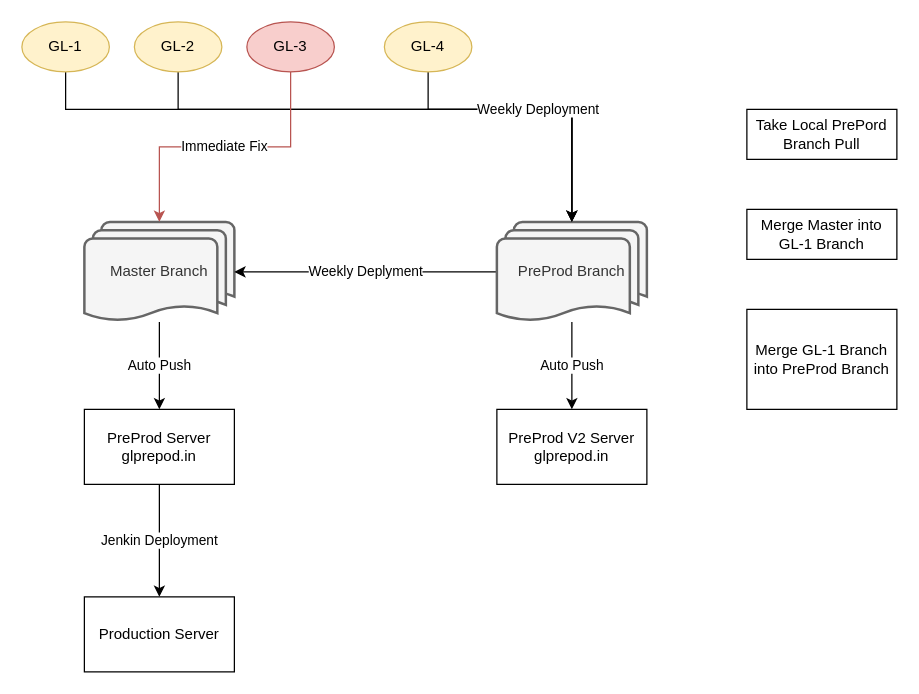
The draw.io diagram Deployement Process.drawio in yogeshparte/branch_demo, before the edit. Source tidied: cells renumbered, new cells numbered last; positions are measured from the earlier drawing's top-left corner, leaving out a move shared by most shapes. Both pictures are drawn from the tidied source at 125%, with x=0, y=0 at pixel (21, 21).
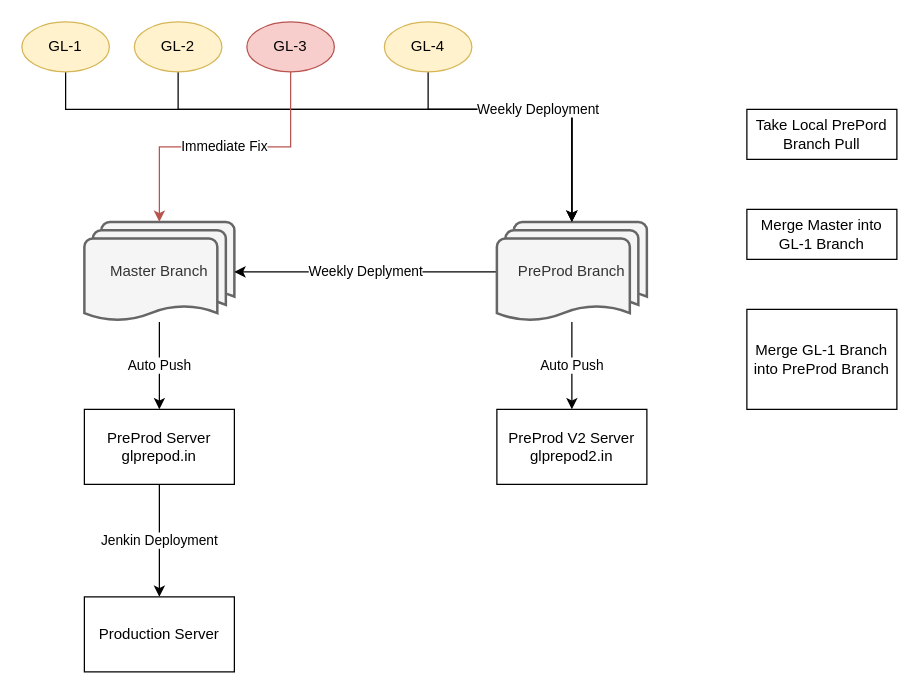
Above is the later version.

The edit, as a diff of the source:
```diff
@@
-    <mxCell id="9" value="PreProd V2 Server&lt;br&gt;glprepod.in" style="rounded=0;whiteSpace=wrap;html=1;" parent="1" vertex="1">
+    <mxCell id="9" value="PreProd V2 Server&lt;br&gt;glprepod2.in" style="rounded=0;whiteSpace=wrap;html=1;" parent="1" vertex="1">
       <mxGeometry x="380" y="310" width="120" height="60" as="geometry" />
     </mxCell>
```
